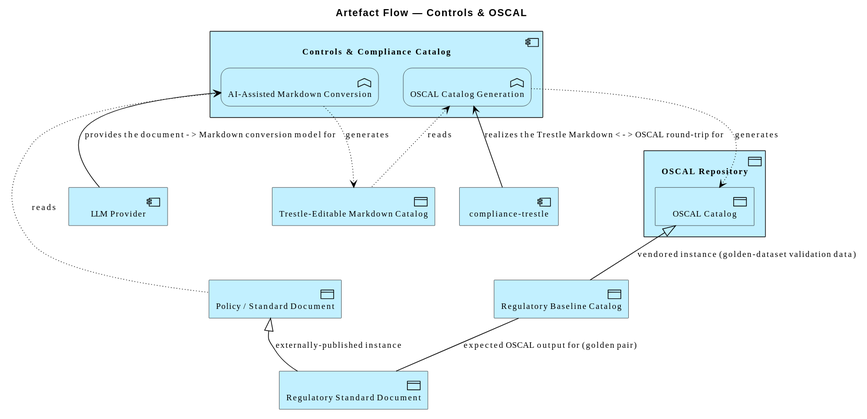
Above: architecture/model/diagrams/application/artefact-oscal.svg in wolffy-au/frictionless-architect (PlantUML), before the change.
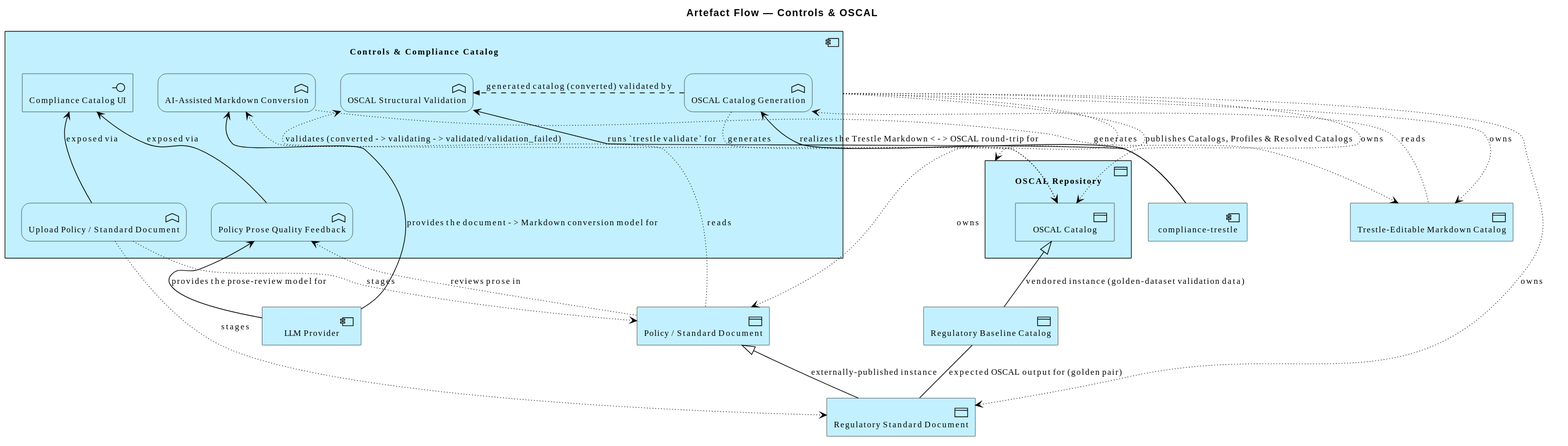
Later version of the same file.

Diff of the diagram source:
```diff
@@ -4,8 +4,12 @@
 title Artefact Flow — Controls & OSCAL
 
 Application_Component(e_ide4bef3733af65a, "Controls & Compliance Catalog") {
+  Application_Interface(e_id95791e10ad1d54, "Compliance Catalog UI")
+  Application_Function(e_id973425b560995f, "Upload Policy / Standard Document")
+  Application_Function(e_id40061cb7ae1c53, "Policy Prose Quality Feedback")
   Application_Function(e_id7ce9f3c91f1f53, "AI-Assisted Markdown Conversion")
   Application_Function(e_id8926bd09002459, "OSCAL Catalog Generation")
+  Application_Function(e_id71815b3c9d365f, "OSCAL Structural Validation")
 }
 Application_DataObject(e_idb18c37abc9ff51, "OSCAL Repository") {
   Application_DataObject(e_idddf65887d53f57, "OSCAL Catalog")
@@ -21,7 +25,21 @@
 Rel_Specialization_Up(e_ida95982eb78095a, e_idddf65887d53f57, "vendored instance (golden-dataset validation data)")
 Rel_Association(e_ida95982eb78095a, e_id3d500fda79b357, "expected OSCAL output for (golden pair)")
 Rel_Serving_Up(e_id0aed952692a556, e_id8926bd09002459, "realizes the Trestle Markdown <-> OSCAL round-trip for")
+Rel_Serving_Up(e_id0aed952692a556, e_id71815b3c9d365f, "runs `trestle validate` for")
 Rel_Serving_Up(e_id2610ae0cc2cc50, e_id7ce9f3c91f1f53, "provides the document -> Markdown conversion model for")
+Rel_Serving_Up(e_id2610ae0cc2cc50, e_id40061cb7ae1c53, "provides the prose-review model for")
+Rel_Serving_Up(e_id973425b560995f, e_id95791e10ad1d54, "exposed via")
+Rel_Serving_Up(e_id40061cb7ae1c53, e_id95791e10ad1d54, "exposed via")
+Rel_Flow_Right(e_id8926bd09002459, e_id71815b3c9d365f, "generated catalog (converted) validated by")
+Rel_Access_rw(e_id71815b3c9d365f, e_idddf65887d53f57, "validates (converted -> validating -> validated/validation_failed)")
+Rel_Access_w(e_ide4bef3733af65a, e_idb18c37abc9ff51, "publishes Catalogs, Profiles & Resolved Catalogs")
+Rel_Access_w(e_ide4bef3733af65a, e_id51129996aed75b, "owns")
+Rel_Access_w(e_ide4bef3733af65a, e_id3d500fda79b357, "owns")
+Rel_Access_w(e_ide4bef3733af65a, e_id0ecdf65c0ffd57, "owns")
+Rel_Access_w(e_ide4bef3733af65a, e_idddf65887d53f57, "owns")
+Rel_Access_w(e_id973425b560995f, e_id51129996aed75b, "stages")
+Rel_Access_w(e_id973425b560995f, e_id3d500fda79b357, "stages")
+Rel_Access_r(e_id40061cb7ae1c53, e_id51129996aed75b, "reviews prose in")
 Rel_Access_r(e_id7ce9f3c91f1f53, e_id51129996aed75b, "reads")
 Rel_Access_w(e_id7ce9f3c91f1f53, e_id0ecdf65c0ffd57, "generates")
 Rel_Access_r(e_id8926bd09002459, e_id0ecdf65c0ffd57, "reads")
```
